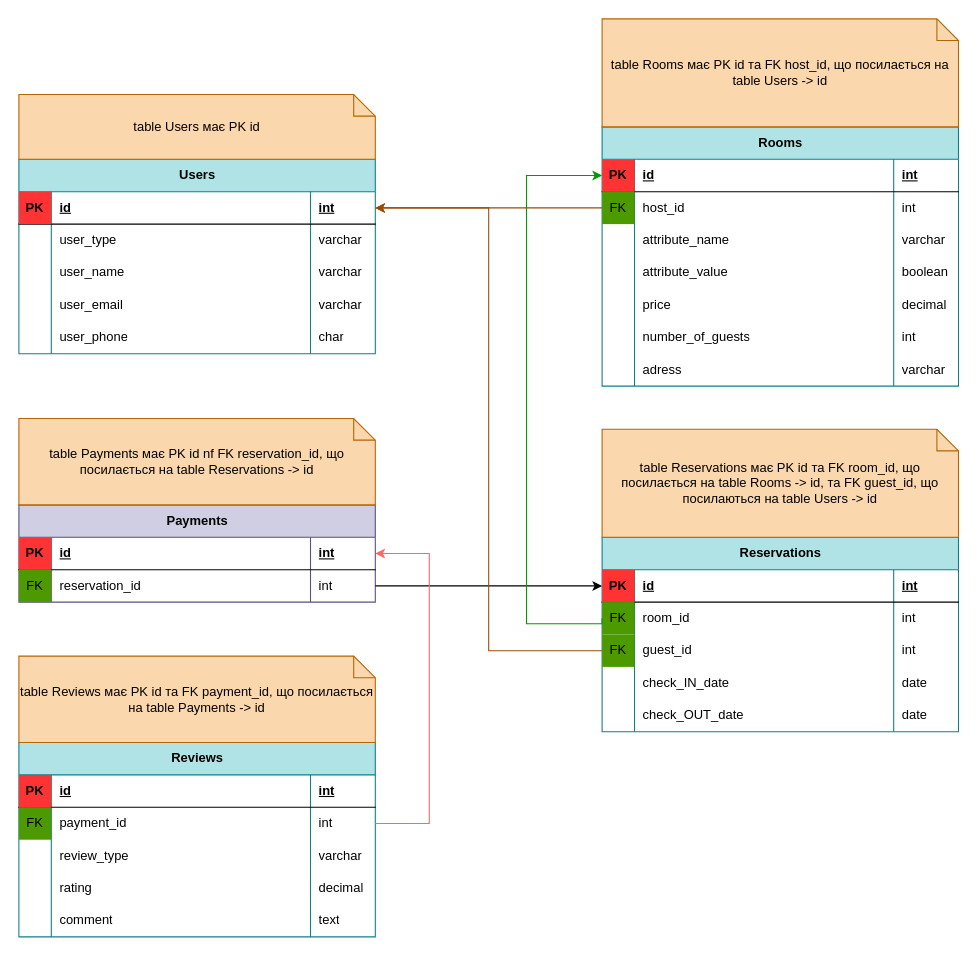
Before: airbnb_diagram.drawio in Olha-Zhernosek/projector_homeworks, a draw.io diagram. Source tidied: cells renumbered, new cells numbered last; positions are measured from the earlier drawing's top-left corner, leaving out a move shared by most shapes. Both pictures are drawn from the tidied source at 108%, with x=0, y=0 at pixel (18, 18).
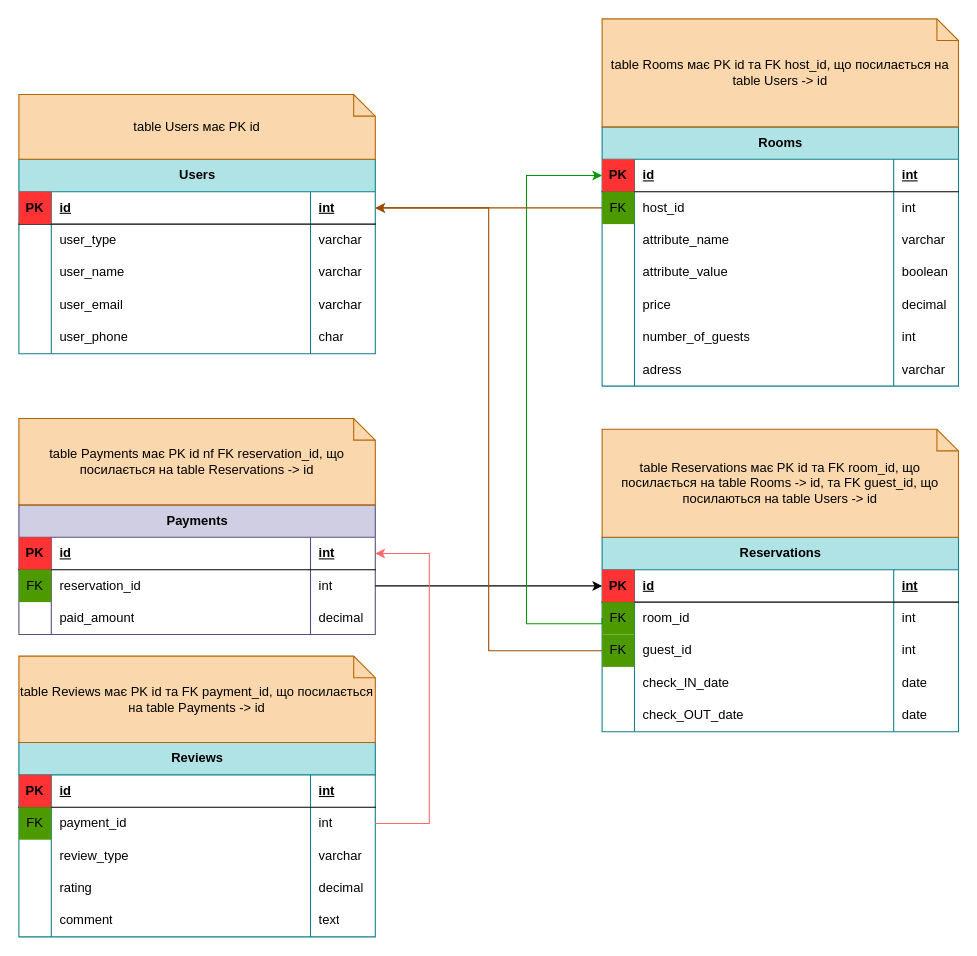
After the change.

Diff of the diagram source:
```diff
@@
     <mxCell id="94" value="Payments" style="shape=table;startSize=30;childLayout=tableLayout;rowLines=0;fontStyle=1;align=center;html=1;fillColor=#d0cee2;strokeColor=#56517e;" parent="1" vertex="1">
-      <mxGeometry y="450" width="330" height="90" as="geometry" />
+      <mxGeometry y="450" width="330" height="120" as="geometry" />
     </mxCell>
@@
+    <mxCell id="113" style="shape=tableRow;horizontal=0;startSize=0;swimlaneHead=0;swimlaneBody=0;fillColor=none;top=0;left=0;right=0;bottom=0;" parent="94" vertex="1">
+      <mxGeometry y="90" width="330" height="30" as="geometry" />
+    </mxCell>
+    <mxCell id="114" style="shape=partialRectangle;fillColor=none;top=0;left=0;bottom=0;right=0;overflow=hidden;whiteSpace=wrap;html=1;" parent="113" vertex="1">
+      <mxGeometry width="30" height="30" as="geometry" />
+    </mxCell>
+    <mxCell id="115" value="paid_amount" style="shape=partialRectangle;fillColor=none;top=0;left=0;bottom=0;right=0;align=left;spacingLeft=6;overflow=hidden;whiteSpace=wrap;html=1;" parent="113" vertex="1">
+      <mxGeometry x="30" width="240" height="30" as="geometry" />
+    </mxCell>
+    <mxCell id="116" value="decimal" style="shape=partialRectangle;fillColor=none;top=0;left=0;bottom=0;right=0;align=left;spacingLeft=6;overflow=hidden;whiteSpace=wrap;html=1;" parent="113" vertex="1">
+      <mxGeometry x="270" width="60" height="30" as="geometry" />
+    </mxCell>
```
